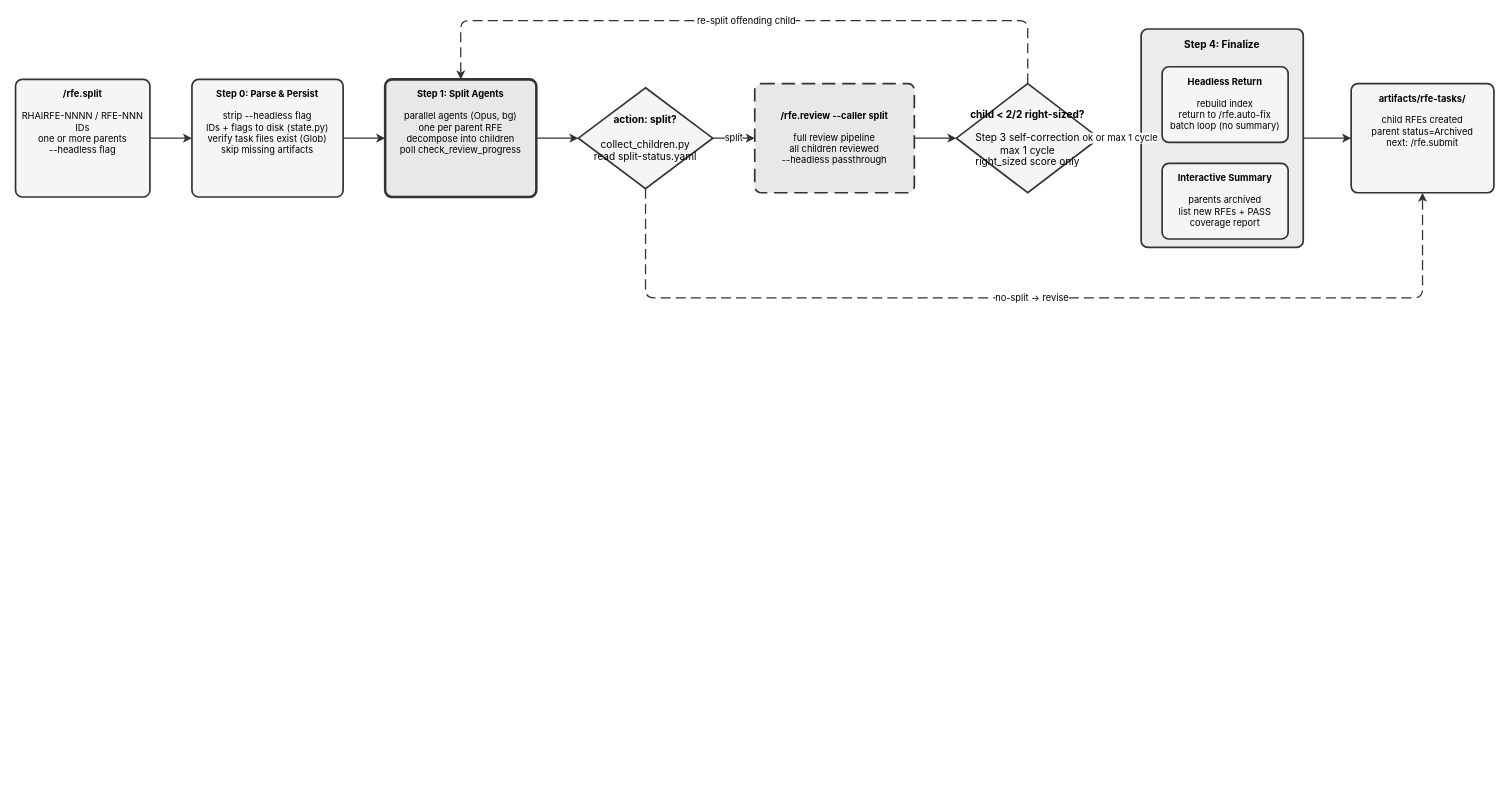
This is site/docs/plugins/rfe-creator/rfe.split.drawio from fege/skills-registry, a draw.io file, before an edit. Source tidied: cells renumbered, new cells numbered last; positions are measured from the earlier drawing's top-left corner, leaving out a move shared by most shapes. Both pictures are drawn from the tidied source at 84%, with x=0, y=0 at pixel (15, 20).
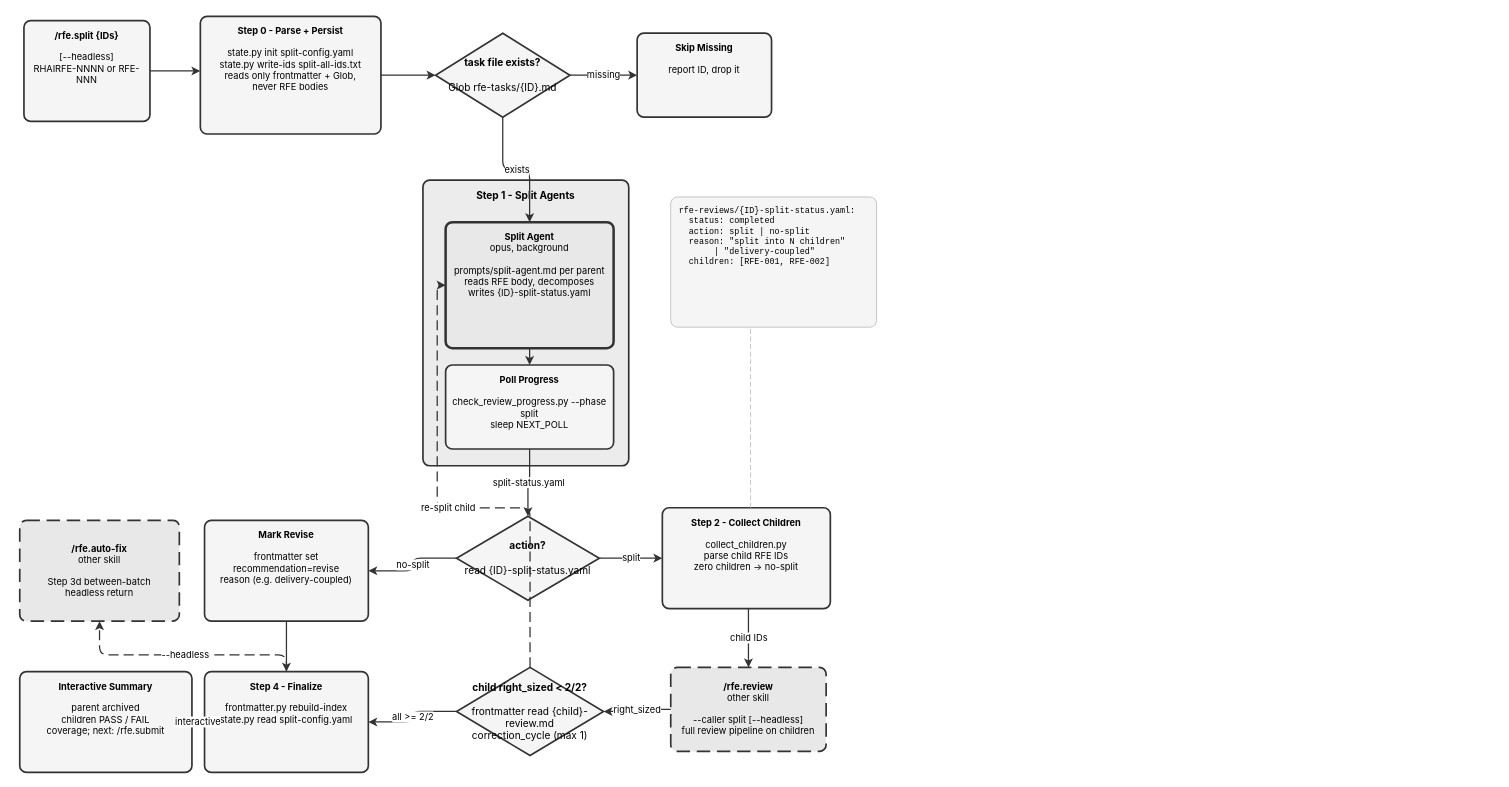
The same page after the edit.

What changed in the source:
```diff
@@
-    <mxCell id="2" value="&lt;b&gt;/rfe.split&lt;/b&gt;&lt;br&gt;&lt;br&gt;RHAIRFE-NNNN / RFE-NNN IDs&lt;br&gt;one or more parents&lt;br&gt;--headless flag" style="rounded=1;whiteSpace=wrap;html=1;fillColor=#f5f5f5;strokeColor=#333333;strokeWidth=2;verticalAlign=top;spacingTop=5;fontSize=11;fontFamily=Inter,Helvetica,Arial,sans-serif;arcSize=16;absoluteArcSize=1;" parent="1" vertex="1">
-      <mxGeometry y="70" width="160" height="140" as="geometry" />
+    <mxCell id="2" value="&lt;b&gt;/rfe.split {IDs}&lt;/b&gt;&lt;br&gt;&lt;br&gt;[--headless]&lt;br&gt;RHAIRFE-NNNN or RFE-NNN" style="rounded=1;whiteSpace=wrap;html=1;fillColor=#f5f5f5;strokeColor=#333333;strokeWidth=2;verticalAlign=top;spacingTop=5;fontSize=11;fontFamily=Inter,Helvetica,Arial,sans-serif;arcSize=16;absoluteArcSize=1;" parent="1" vertex="1">
+      <mxGeometry x="10" width="150" height="120" as="geometry" />
     </mxCell>
-    <mxCell id="3" value="&lt;b&gt;Step 0: Parse &amp; Persist&lt;/b&gt;&lt;br&gt;&lt;br&gt;strip --headless flag&lt;br&gt;IDs + flags to disk (state.py)&lt;br&gt;verify task files exist (Glob)&lt;br&gt;skip missing artifacts" style="rounded=1;whiteSpace=wrap;html=1;fillColor=#f5f5f5;strokeColor=#333333;strokeWidth=2;verticalAlign=top;spacingTop=5;fontSize=11;fontFamily=Inter,Helvetica,Arial,sans-serif;arcSize=16;absoluteArcSize=1;" parent="1" vertex="1">
-      <mxGeometry x="210" y="70" width="180" height="140" as="geometry" />
+    <mxCell id="3" value="&lt;b&gt;Step 0 - Parse + Persist&lt;/b&gt;&lt;br&gt;&lt;br&gt;state.py init split-config.yaml&lt;br&gt;state.py write-ids split-all-ids.txt&lt;br&gt;reads only frontmatter + Glob,&lt;br&gt;never RFE bodies" style="rounded=1;whiteSpace=wrap;html=1;fillColor=#f5f5f5;strokeColor=#333333;strokeWidth=2;verticalAlign=top;spacingTop=5;fontSize=11;fontFamily=Inter,Helvetica,Arial,sans-serif;arcSize=16;absoluteArcSize=1;" parent="1" vertex="1">
+      <mxGeometry x="220" y="-5" width="215" height="140" as="geometry" />
     </mxCell>
-    <mxCell id="4" value="&lt;b&gt;Step 1: Split Agents&lt;/b&gt;&lt;br&gt;&lt;br&gt;parallel agents (Opus, bg)&lt;br&gt;one per parent RFE&lt;br&gt;decompose into children&lt;br&gt;poll check_review_progress" style="rounded=1;whiteSpace=wrap;html=1;fillColor=#e8e8e8;strokeColor=#333333;strokeWidth=3;verticalAlign=top;spacingTop=5;fontSize=11;fontFamily=Inter,Helvetica,Arial,sans-serif;double=1;arcSize=16;absoluteArcSize=1;" parent="1" vertex="1">
-      <mxGeometry x="440" y="70" width="180" height="140" as="geometry" />
-    </mxCell>
-    <mxCell id="5" value="&lt;b&gt;action: split?&lt;/b&gt;&lt;br&gt;&lt;br&gt;collect_children.py&lt;br&gt;read split-status.yaml" style="rhombus;whiteSpace=wrap;html=1;fillColor=#f5f5f5;strokeColor=#333333;strokeWidth=2;fontSize=12;fontFamily=Inter,Helvetica,Arial,sans-serif;" parent="1" vertex="1">
-      <mxGeometry x="670" y="80" width="160" height="120" as="geometry" />
-    </mxCell>
-    <mxCell id="6" value="&lt;b&gt;/rfe.review --caller split&lt;/b&gt;&lt;br&gt;&lt;br&gt;full review pipeline&lt;br&gt;all children reviewed&lt;br&gt;--headless passthrough" style="rounded=1;whiteSpace=wrap;html=1;fillColor=#e8e8e8;strokeColor=#333333;strokeWidth=2;dashed=1;dashPattern=8 4;verticalAlign=middle;fontSize=11;fontFamily=Inter,Helvetica,Arial,sans-serif;arcSize=16;absoluteArcSize=1;" parent="1" vertex="1">
-      <mxGeometry x="880" y="75" width="190" height="130" as="geometry" />
-    </mxCell>
-    <mxCell id="7" value="&lt;b&gt;child &lt; 2/2 right-sized?&lt;/b&gt;&lt;br&gt;&lt;br&gt;Step 3 self-correction&lt;br&gt;max 1 cycle&lt;br&gt;right_sized score only" style="rhombus;whiteSpace=wrap;html=1;fillColor=#f5f5f5;strokeColor=#333333;strokeWidth=2;fontSize=12;fontFamily=Inter,Helvetica,Arial,sans-serif;" parent="1" vertex="1">
-      <mxGeometry x="1120" y="75" width="170" height="130" as="geometry" />
-    </mxCell>
+    <mxCell id="21" value="&lt;b&gt;task file exists?&lt;/b&gt;&lt;br&gt;&lt;br&gt;Glob rfe-tasks/{ID}.md" style="rhombus;whiteSpace=wrap;html=1;fillColor=#f5f5f5;strokeColor=#333333;strokeWidth=2;fontSize=12;fontFamily=Inter,Helvetica,Arial,sans-serif;" parent="1" vertex="1">
+      <mxGeometry x="500" y="15" width="160" height="100" as="geometry" />
+    </mxCell>
+    <mxCell id="22" value="&lt;b&gt;Skip Missing&lt;/b&gt;&lt;br&gt;&lt;br&gt;report ID, drop it" style="rounded=1;whiteSpace=wrap;html=1;fillColor=#f5f5f5;strokeColor=#333333;strokeWidth=2;verticalAlign=top;spacingTop=5;fontSize=11;fontFamily=Inter,Helvetica,Arial,sans-serif;arcSize=16;absoluteArcSize=1;" parent="1" vertex="1">
+      <mxGeometry x="740" y="15" width="160" height="100" as="geometry" />
+    </mxCell>
+    <mxCell id="23" value="&lt;b&gt;Step 1 - Split Agents&lt;/b&gt;" style="rounded=1;whiteSpace=wrap;html=1;fillColor=#ececec;strokeColor=#333333;strokeWidth=2;verticalAlign=top;spacingTop=5;fontSize=12;fontStyle=1;fontFamily=Inter,Helvetica,Arial,sans-serif;arcSize=16;absoluteArcSize=1;" parent="1" vertex="1">
+      <mxGeometry x="485" y="190" width="245" height="340" as="geometry" />
+    </mxCell>
+    <mxCell id="24" value="&lt;b&gt;Split Agent&lt;/b&gt;&lt;br&gt;opus, background&lt;br&gt;&lt;br&gt;prompts/split-agent.md per parent&lt;br&gt;reads RFE body, decomposes&lt;br&gt;writes {ID}-split-status.yaml" style="rounded=1;whiteSpace=wrap;html=1;fillColor=#e8e8e8;strokeColor=#333333;strokeWidth=3;verticalAlign=top;spacingTop=5;fontSize=11;fontFamily=Inter,Helvetica,Arial,sans-serif;double=1;arcSize=16;absoluteArcSize=1;" parent="23" vertex="1">
+      <mxGeometry x="27" y="50" width="200" height="150" as="geometry" />
+    </mxCell>
+    <mxCell id="25" value="&lt;b&gt;Poll Progress&lt;/b&gt;&lt;br&gt;&lt;br&gt;check_review_progress.py --phase split&lt;br&gt;sleep NEXT_POLL" style="rounded=1;whiteSpace=wrap;html=1;fillColor=#f5f5f5;strokeColor=#333333;strokeWidth=2;verticalAlign=top;spacingTop=5;fontSize=11;fontFamily=Inter,Helvetica,Arial,sans-serif;arcSize=16;absoluteArcSize=1;" parent="23" vertex="1">
+      <mxGeometry x="27" y="220" width="200" height="100" as="geometry" />
+    </mxCell>
+    <mxCell id="26" value="&lt;b&gt;action?&lt;/b&gt;&lt;br&gt;&lt;br&gt;read {ID}-split-status.yaml" style="rhombus;whiteSpace=wrap;html=1;fillColor=#f5f5f5;strokeColor=#333333;strokeWidth=2;fontSize=12;fontFamily=Inter,Helvetica,Arial,sans-serif;" parent="1" vertex="1">
+      <mxGeometry x="525" y="590" width="170" height="100" as="geometry" />
+    </mxCell>
+    <mxCell id="27" value="&lt;b&gt;Mark Revise&lt;/b&gt;&lt;br&gt;&lt;br&gt;frontmatter set recommendation=revise&lt;br&gt;reason (e.g. delivery-coupled)" style="rounded=1;whiteSpace=wrap;html=1;fillColor=#f5f5f5;strokeColor=#333333;strokeWidth=2;verticalAlign=top;spacingTop=5;fontSize=11;fontFamily=Inter,Helvetica,Arial,sans-serif;arcSize=16;absoluteArcSize=1;" parent="1" vertex="1">
+      <mxGeometry x="225" y="595" width="195" height="120" as="geometry" />
+    </mxCell>
+    <mxCell id="28" value="&lt;b&gt;Step 2 - Collect Children&lt;/b&gt;&lt;br&gt;&lt;br&gt;collect_children.py&lt;br&gt;parse child RFE IDs&lt;br&gt;zero children -&gt; no-split" style="rounded=1;whiteSpace=wrap;html=1;fillColor=#f5f5f5;strokeColor=#333333;strokeWidth=2;verticalAlign=top;spacingTop=5;fontSize=11;fontFamily=Inter,Helvetica,Arial,sans-serif;arcSize=16;absoluteArcSize=1;" parent="1" vertex="1">
+      <mxGeometry x="770" y="580" width="200" height="120" as="geometry" />
+    </mxCell>
+    <mxCell id="29" value="rfe-reviews/{ID}-split-status.yaml:&lt;br&gt;&amp;nbsp;&amp;nbsp;status: completed&lt;br&gt;&amp;nbsp;&amp;nbsp;action: split | no-split&lt;br&gt;&amp;nbsp;&amp;nbsp;reason: &quot;split into N children&quot;&lt;br&gt;&amp;nbsp;&amp;nbsp;&amp;nbsp;&amp;nbsp;&amp;nbsp;&amp;nbsp;&amp;nbsp;| &quot;delivery-coupled&quot;&lt;br&gt;&amp;nbsp;&amp;nbsp;children: [RFE-001, RFE-002]" style="rounded=1;whiteSpace=wrap;html=1;fillColor=#f5f5f5;strokeColor=#bbbbbb;strokeWidth=1;verticalAlign=top;spacingTop=5;align=left;spacingLeft=8;fontSize=10;fontFamily=JetBrains Mono,Courier New,monospace;arcSize=16;absoluteArcSize=1;" parent="1" vertex="1">
+      <mxGeometry x="780" y="210" width="245" height="155" as="geometry" />
+    </mxCell>
+    <mxCell id="30" value="&lt;b&gt;/rfe.review&lt;/b&gt;&lt;br&gt;other skill&lt;br&gt;&lt;br&gt;--caller split [--headless]&lt;br&gt;full review pipeline on children" style="rounded=1;whiteSpace=wrap;html=1;fillColor=#e8e8e8;strokeColor=#333333;strokeWidth=2;dashed=1;dashPattern=8 4;verticalAlign=middle;fontSize=11;fontFamily=Inter,Helvetica,Arial,sans-serif;arcSize=16;absoluteArcSize=1;" parent="1" vertex="1">
+      <mxGeometry x="780" y="770" width="185" height="100" as="geometry" />
+    </mxCell>
+    <mxCell id="31" value="&lt;b&gt;child right_sized &lt; 2/2?&lt;/b&gt;&lt;br&gt;&lt;br&gt;frontmatter read {child}-review.md&lt;br&gt;correction_cycle (max 1)" style="rhombus;whiteSpace=wrap;html=1;fillColor=#f5f5f5;strokeColor=#333333;strokeWidth=2;fontSize=12;fontFamily=Inter,Helvetica,Arial,sans-serif;" parent="1" vertex="1">
+      <mxGeometry x="525" y="770" width="175" height="105" as="geometry" />
+    </mxCell>
-    <mxCell id="8" value="&lt;b&gt;Step 4: Finalize&lt;/b&gt;" style="rounded=1;whiteSpace=wrap;html=1;fillColor=#ececec;strokeColor=#333333;strokeWidth=2;verticalAlign=top;spacingTop=5;fontSize=12;fontStyle=1;fontFamily=Inter,Helvetica,Arial,sans-serif;arcSize=16;absoluteArcSize=1;" parent="1" vertex="1">
-      <mxGeometry x="1340" y="10" width="193" height="260" as="geometry" />
+    <mxCell id="8" value="&lt;b&gt;Step 4 - Finalize&lt;/b&gt;&lt;br&gt;&lt;br&gt;frontmatter.py rebuild-index&lt;br&gt;state.py read split-config.yaml" style="rounded=1;whiteSpace=wrap;html=1;fillColor=#f5f5f5;strokeColor=#333333;strokeWidth=2;verticalAlign=top;spacingTop=5;fontSize=11;fontFamily=Inter,Helvetica,Arial,sans-serif;arcSize=16;absoluteArcSize=1;" parent="1" vertex="1">
+      <mxGeometry x="225" y="775" width="195" height="120" as="geometry" />
     </mxCell>
-    <mxCell id="9" value="&lt;b&gt;Headless Return&lt;/b&gt;&lt;br&gt;&lt;br&gt;rebuild index&lt;br&gt;return to /rfe.auto-fix&lt;br&gt;batch loop (no summary)" style="rounded=1;whiteSpace=wrap;html=1;fillColor=#f5f5f5;strokeColor=#333333;strokeWidth=2;verticalAlign=top;spacingTop=5;fontSize=11;fontFamily=Inter,Helvetica,Arial,sans-serif;arcSize=16;absoluteArcSize=1;" parent="8" vertex="1">
-      <mxGeometry x="25" y="45" width="150" height="90" as="geometry" />
-    </mxCell>
-    <mxCell id="10" value="&lt;b&gt;Interactive Summary&lt;/b&gt;&lt;br&gt;&lt;br&gt;parents archived&lt;br&gt;list new RFEs + PASS&lt;br&gt;coverage report" style="rounded=1;whiteSpace=wrap;html=1;fillColor=#f5f5f5;strokeColor=#333333;strokeWidth=2;verticalAlign=top;spacingTop=5;fontSize=11;fontFamily=Inter,Helvetica,Arial,sans-serif;arcSize=16;absoluteArcSize=1;" parent="8" vertex="1">
-      <mxGeometry x="25" y="160" width="150" height="90" as="geometry" />
-    </mxCell>
-    <mxCell id="11" value="&lt;b&gt;artifacts/rfe-tasks/&lt;/b&gt;&lt;br&gt;&lt;br&gt;child RFEs created&lt;br&gt;parent status=Archived&lt;br&gt;next: /rfe.submit" style="rounded=1;whiteSpace=wrap;html=1;fillColor=#f5f5f5;strokeColor=#333333;strokeWidth=2;verticalAlign=top;spacingTop=5;fontSize=11;fontFamily=Inter,Helvetica,Arial,sans-serif;arcSize=16;absoluteArcSize=1;" parent="1" vertex="1">
-      <mxGeometry x="1590" y="75" width="170" height="130" as="geometry" />
-    </mxCell>
-    <mxCell id="12" style="edgeStyle=orthogonalEdgeStyle;rounded=1;strokeColor=#333333;strokeWidth=1.5;html=1;fontFamily=Inter,Helvetica,Arial,sans-serif;exitX=1.0;exitY=0.5;exitDx=0;exitDy=0;entryX=0.0;entryY=0.5;entryDx=0;entryDy=0;" parent="1" edge="1" source="2" target="3">
-      <mxGeometry relative="1" as="geometry" />
-    </mxCell>
-    <mxCell id="13" style="edgeStyle=orthogonalEdgeStyle;rounded=1;strokeColor=#333333;strokeWidth=1.5;html=1;fontFamily=Inter,Helvetica,Arial,sans-serif;exitX=1.0;exitY=0.5;exitDx=0;exitDy=0;entryX=0.0;entryY=0.5;entryDx=0;entryDy=0;" parent="1" edge="1" source="3" target="4">
-      <mxGeometry relative="1" as="geometry" />
-    </mxCell>
-    <mxCell id="14" style="edgeStyle=orthogonalEdgeStyle;rounded=1;strokeColor=#333333;strokeWidth=1.5;html=1;fontFamily=Inter,Helvetica,Arial,sans-serif;exitX=1.0;exitY=0.5;exitDx=0;exitDy=0;entryX=0.0;entryY=0.5;entryDx=0;entryDy=0;" parent="1" edge="1" source="4" target="5">
-      <mxGeometry relative="1" as="geometry" />
-    </mxCell>
-    <mxCell id="15" value="split" style="edgeStyle=orthogonalEdgeStyle;rounded=1;strokeColor=#333333;strokeWidth=1.5;html=1;fontFamily=Inter,Helvetica,Arial,sans-serif;exitX=1.0;exitY=0.5;exitDx=0;exitDy=0;entryX=0.0;entryY=0.5;entryDx=0;entryDy=0;" parent="1" edge="1" source="5" target="6">
-      <mxGeometry relative="1" as="geometry" />
-    </mxCell>
-    <mxCell id="16" value="no-split -&gt; revise" style="edgeStyle=orthogonalEdgeStyle;rounded=1;strokeColor=#333333;strokeWidth=1.5;html=1;fontFamily=Inter,Helvetica,Arial,sans-serif;dashed=1;dashPattern=8 4;exitX=0.5;exitY=1.0;exitDx=0;exitDy=0;entryX=0.5;entryY=1.0;entryDx=0;entryDy=0;" parent="1" edge="1" source="5" target="11">
-      <mxGeometry relative="1" as="geometry">
-        <Array as="points">
-          <mxPoint x="750" y="330" />
-          <mxPoint x="1675" y="330" />
-        </Array>
-      </mxGeometry>
-    </mxCell>
-    <mxCell id="17" style="edgeStyle=orthogonalEdgeStyle;rounded=1;strokeColor=#333333;strokeWidth=1.5;html=1;fontFamily=Inter,Helvetica,Arial,sans-serif;exitX=1.0;exitY=0.5;exitDx=0;exitDy=0;entryX=0.0;entryY=0.5;entryDx=0;entryDy=0;" parent="1" edge="1" source="6" target="7">
-      <mxGeometry relative="1" as="geometry" />
-    </mxCell>
+    <mxCell id="32" value="&lt;b&gt;Interactive Summary&lt;/b&gt;&lt;br&gt;&lt;br&gt;parent archived&lt;br&gt;children PASS / FAIL&lt;br&gt;coverage; next: /rfe.submit" style="rounded=1;whiteSpace=wrap;html=1;fillColor=#f5f5f5;strokeColor=#333333;strokeWidth=2;verticalAlign=top;spacingTop=5;fontSize=11;fontFamily=Inter,Helvetica,Arial,sans-serif;arcSize=16;absoluteArcSize=1;" parent="1" vertex="1">
+      <mxGeometry x="5" y="775" width="205" height="120" as="geometry" />
+    </mxCell>
+    <mxCell id="33" value="&lt;b&gt;/rfe.auto-fix&lt;/b&gt;&lt;br&gt;other skill&lt;br&gt;&lt;br&gt;Step 3d between-batch&lt;br&gt;headless return" style="rounded=1;whiteSpace=wrap;html=1;fillColor=#e8e8e8;strokeColor=#333333;strokeWidth=2;dashed=1;dashPattern=8 4;verticalAlign=middle;fontSize=11;fontFamily=Inter,Helvetica,Arial,sans-serif;arcSize=16;absoluteArcSize=1;" parent="1" vertex="1">
+      <mxGeometry x="5" y="595" width="190" height="120" as="geometry" />
+    </mxCell>
-    <mxCell id="18" value="re-split offending child" style="edgeStyle=orthogonalEdgeStyle;rounded=1;strokeColor=#333333;strokeWidth=1.5;html=1;fontFamily=Inter,Helvetica,Arial,sans-serif;dashed=1;dashPattern=8 4;exitX=0.5;exitY=0.0;exitDx=0;exitDy=0;entryX=0.5;entryY=0.0;entryDx=0;entryDy=0;" parent="1" edge="1" source="7" target="4">
-      <mxGeometry relative="1" as="geometry">
-        <Array as="points">
-          <mxPoint x="1205" />
-          <mxPoint x="530" />
-        </Array>
-      </mxGeometry>
+    <mxCell id="18" style="edgeStyle=orthogonalEdgeStyle;rounded=1;strokeColor=#333333;strokeWidth=1.5;html=1;fontFamily=Inter,Helvetica,Arial,sans-serif;exitX=0.5;exitY=1.0;exitDx=0;exitDy=0;entryX=0.5;entryY=0.0;entryDx=0;entryDy=0;" parent="1" edge="1" source="24" target="25">
+      <mxGeometry relative="1" as="geometry" />
     </mxCell>
-    <mxCell id="19" value="ok or max 1 cycle" style="edgeStyle=orthogonalEdgeStyle;rounded=1;strokeColor=#333333;strokeWidth=1.5;html=1;fontFamily=Inter,Helvetica,Arial,sans-serif;exitX=1.0;exitY=0.5;exitDx=0;exitDy=0;entryX=0.0;entryY=0.5;entryDx=0;entryDy=0;" parent="1" edge="1" source="7" target="8">
+    <mxCell id="19" style="edgeStyle=orthogonalEdgeStyle;rounded=1;strokeColor=#333333;strokeWidth=1.5;html=1;fontFamily=Inter,Helvetica,Arial,sans-serif;exitX=1;exitY=0.5;exitDx=0;exitDy=0;entryX=0;entryY=0.4642857142857143;entryDx=0;entryDy=0;" parent="1" edge="1" source="2" target="3">
       <mxGeometry relative="1" as="geometry" />
     </mxCell>
-    <mxCell id="20" style="edgeStyle=orthogonalEdgeStyle;rounded=1;strokeColor=#333333;strokeWidth=1.5;html=1;fontFamily=Inter,Helvetica,Arial,sans-serif;exitX=1.0;exitY=0.5;exitDx=0;exitDy=0;entryX=0.0;entryY=0.5;entryDx=0;entryDy=0;" parent="1" edge="1" source="8" target="11">
+    <mxCell id="20" style="edgeStyle=orthogonalEdgeStyle;rounded=1;strokeColor=#333333;strokeWidth=1.5;html=1;fontFamily=Inter,Helvetica,Arial,sans-serif;exitX=1.0;exitY=0.5;exitDx=0;exitDy=0;entryX=0.0;entryY=0.5;entryDx=0;entryDy=0;" parent="1" edge="1" source="3" target="21">
       <mxGeometry relative="1" as="geometry" />
     </mxCell>
+    <mxCell id="34" value="missing" style="edgeStyle=orthogonalEdgeStyle;rounded=1;strokeColor=#333333;strokeWidth=1.5;html=1;fontFamily=Inter,Helvetica,Arial,sans-serif;exitX=1.0;exitY=0.5;exitDx=0;exitDy=0;entryX=0.0;entryY=0.5;entryDx=0;entryDy=0;" parent="1" edge="1" source="21" target="22">
+      <mxGeometry relative="1" as="geometry" />
+    </mxCell>
+    <mxCell id="35" value="exists" style="edgeStyle=orthogonalEdgeStyle;rounded=1;strokeColor=#333333;strokeWidth=1.5;html=1;fontFamily=Inter,Helvetica,Arial,sans-serif;exitX=0.5;exitY=1.0;exitDx=0;exitDy=0;entryX=0.5;entryY=0.0;entryDx=0;entryDy=0;" parent="1" edge="1" source="21" target="24">
+      <mxGeometry relative="1" as="geometry" />
+    </mxCell>
+    <mxCell id="36" value="split-status.yaml" style="edgeStyle=orthogonalEdgeStyle;rounded=1;strokeColor=#333333;strokeWidth=1.5;html=1;fontFamily=Inter,Helvetica,Arial,sans-serif;exitX=0.5;exitY=1.0;exitDx=0;exitDy=0;entryX=0.5;entryY=0.0;entryDx=0;entryDy=0;" parent="1" edge="1" source="25" target="26">
+      <mxGeometry relative="1" as="geometry" />
+    </mxCell>
+    <mxCell id="37" value="no-split" style="edgeStyle=orthogonalEdgeStyle;rounded=1;strokeColor=#333333;strokeWidth=1.5;html=1;fontFamily=Inter,Helvetica,Arial,sans-serif;exitX=0.0;exitY=0.5;exitDx=0;exitDy=0;entryX=1.0;entryY=0.5;entryDx=0;entryDy=0;" parent="1" edge="1" source="26" target="27">
+      <mxGeometry relative="1" as="geometry" />
+    </mxCell>
+    <mxCell id="15" value="split" style="edgeStyle=orthogonalEdgeStyle;rounded=1;strokeColor=#333333;strokeWidth=1.5;html=1;fontFamily=Inter,Helvetica,Arial,sans-serif;exitX=1.0;exitY=0.5;exitDx=0;exitDy=0;entryX=0.0;entryY=0.5;entryDx=0;entryDy=0;" parent="1" edge="1" source="26" target="28">
+      <mxGeometry relative="1" as="geometry" />
+    </mxCell>
+    <mxCell id="38" value="child IDs" style="edgeStyle=orthogonalEdgeStyle;rounded=1;strokeColor=#333333;strokeWidth=1.5;html=1;fontFamily=Inter,Helvetica,Arial,sans-serif;exitX=0.5125;exitY=1;exitDx=0;exitDy=0;entryX=0.5;entryY=0;entryDx=0;entryDy=0;" parent="1" edge="1" source="28" target="30">
+      <mxGeometry relative="1" as="geometry" />
+    </mxCell>
+    <mxCell id="39" value="right_sized" style="edgeStyle=orthogonalEdgeStyle;rounded=1;strokeColor=#333333;strokeWidth=1.5;html=1;fontFamily=Inter,Helvetica,Arial,sans-serif;exitX=0.0;exitY=0.5;exitDx=0;exitDy=0;entryX=1.0;entryY=0.5;entryDx=0;entryDy=0;" parent="1" edge="1" source="30" target="31">
+      <mxGeometry relative="1" as="geometry" />
+    </mxCell>
+    <mxCell id="40" value="all &gt;= 2/2" style="edgeStyle=orthogonalEdgeStyle;rounded=1;strokeColor=#333333;strokeWidth=1.5;html=1;fontFamily=Inter,Helvetica,Arial,sans-serif;exitX=0.0;exitY=0.5;exitDx=0;exitDy=0;entryX=1.0;entryY=0.5;entryDx=0;entryDy=0;" parent="1" edge="1" source="31" target="8">
+      <mxGeometry relative="1" as="geometry" />
+    </mxCell>
+    <mxCell id="41" style="edgeStyle=orthogonalEdgeStyle;rounded=1;strokeColor=#333333;strokeWidth=1.5;html=1;fontFamily=Inter,Helvetica,Arial,sans-serif;exitX=0.5;exitY=1.0;exitDx=0;exitDy=0;entryX=0.5;entryY=0.0;entryDx=0;entryDy=0;" parent="1" edge="1" source="27" target="8">
+      <mxGeometry relative="1" as="geometry" />
+    </mxCell>
+    <mxCell id="42" value="re-split child" style="edgeStyle=orthogonalEdgeStyle;rounded=1;strokeColor=#333333;strokeWidth=1.5;html=1;fontFamily=Inter,Helvetica,Arial,sans-serif;dashed=1;dashPattern=8 4;exitX=0.5;exitY=0.0;exitDx=0;exitDy=0;entryX=0;entryY=0.5;entryDx=0;entryDy=0;" parent="1" edge="1" source="31" target="24">
+      <mxGeometry relative="1" as="geometry" />
+    </mxCell>
+    <mxCell id="43" value="interactive" style="edgeStyle=orthogonalEdgeStyle;rounded=1;strokeColor=#333333;strokeWidth=1.5;html=1;fontFamily=Inter,Helvetica,Arial,sans-serif;exitX=0.0;exitY=0.5;exitDx=0;exitDy=0;entryX=1.0;entryY=0.5;entryDx=0;entryDy=0;" parent="1" edge="1" source="8" target="32">
+      <mxGeometry relative="1" as="geometry" />
+    </mxCell>
+    <mxCell id="44" value="--headless" style="edgeStyle=orthogonalEdgeStyle;rounded=1;strokeColor=#333333;strokeWidth=1.5;html=1;fontFamily=Inter,Helvetica,Arial,sans-serif;dashed=1;dashPattern=8 4;exitX=0.5;exitY=0;exitDx=0;exitDy=0;entryX=0.5;entryY=1;entryDx=0;entryDy=0;" parent="1" edge="1" source="8" target="33">
+      <mxGeometry relative="1" as="geometry">
+        <Array as="points">
+          <mxPoint x="322.5" y="755" />
+          <mxPoint x="100" y="755" />
+        </Array>
+      </mxGeometry>
+    </mxCell>
+    <mxCell id="45" style="edgeStyle=orthogonalEdgeStyle;rounded=1;strokeColor=#bbbbbb;strokeWidth=1;dashed=1;dashPattern=6 3;html=1;endArrow=none;exitX=0.525;exitY=0;exitDx=0;exitDy=0;entryX=0.3877551020408163;entryY=1;entryDx=0;entryDy=0;" parent="1" edge="1" source="28" target="29">
+      <mxGeometry relative="1" as="geometry" />
+    </mxCell>
```
